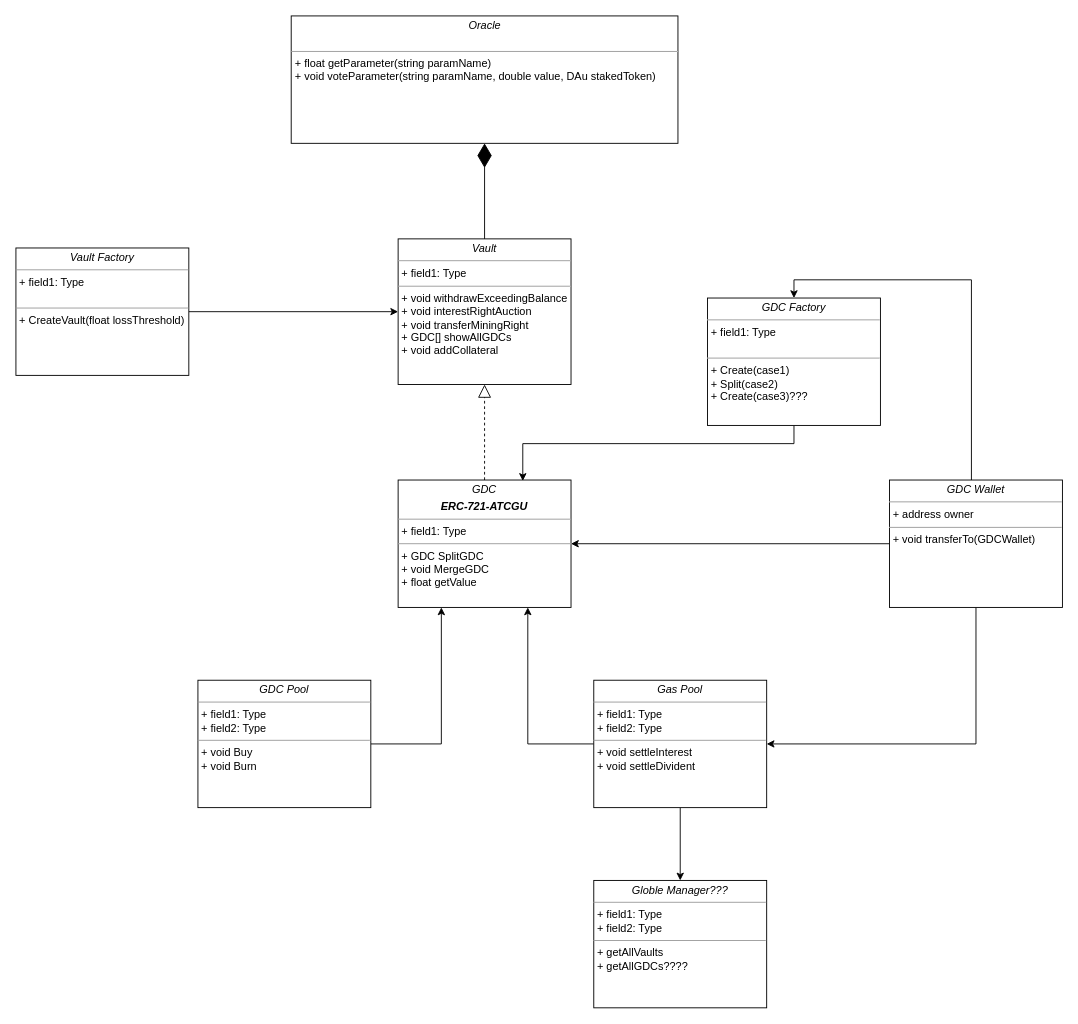
The draw.io diagram GDC.drawio in daugdc/atcgu, before the edit. Source tidied: cells renumbered, new cells numbered last; positions are measured from the earlier drawing's top-left corner, leaving out a move shared by most shapes. Both pictures are drawn from the tidied source at 91%, with x=0, y=0 at pixel (15, 15).
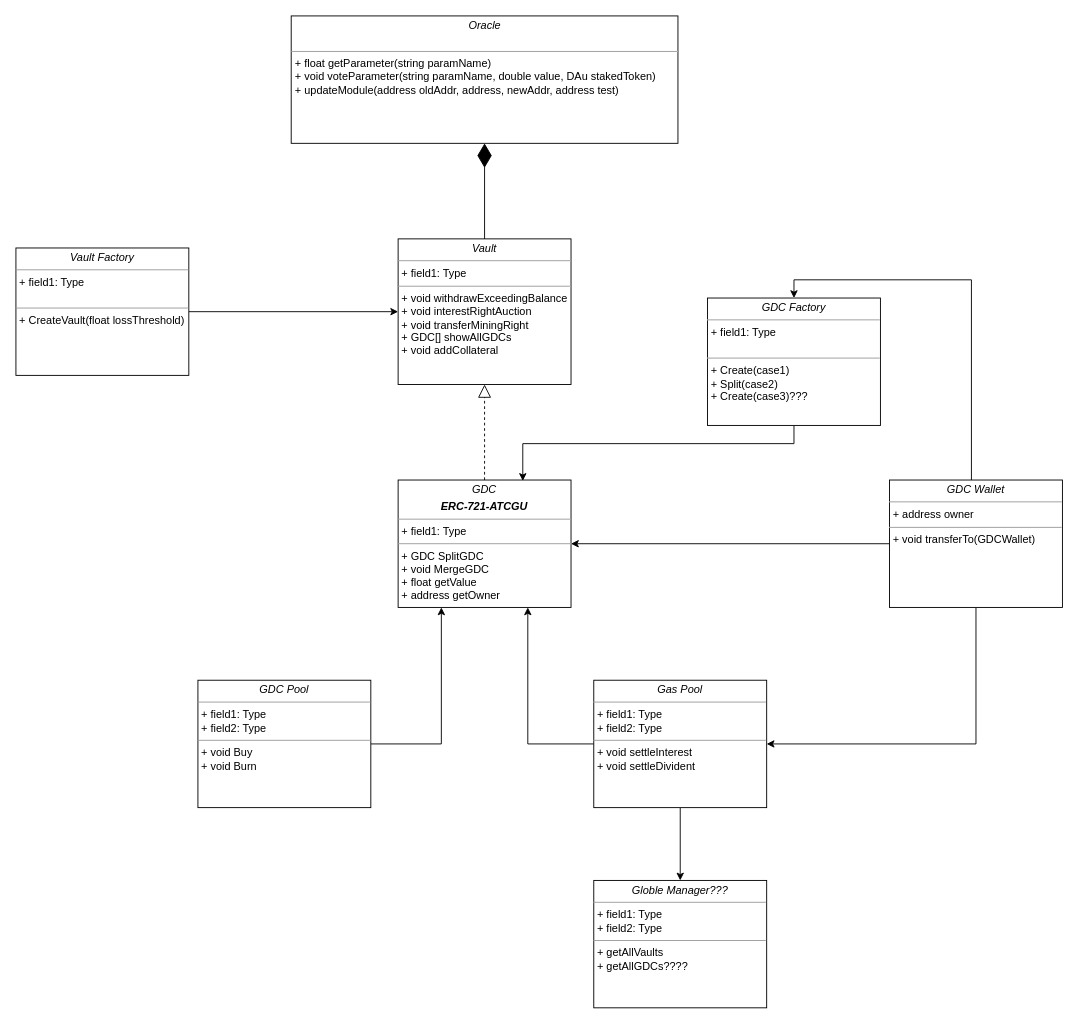
Above is the later version.

Diff of the diagram source:
```diff
@@
-    <mxCell id="3" value="&lt;p style=&quot;margin: 0px ; margin-top: 4px ; text-align: center&quot;&gt;&lt;i&gt;GDC&lt;/i&gt;&lt;/p&gt;&lt;p style=&quot;margin: 0px ; margin-top: 4px ; text-align: center&quot;&gt;&lt;i&gt;&lt;b&gt;ERC-721-ATCGU&lt;/b&gt;&lt;/i&gt;&lt;/p&gt;&lt;hr size=&quot;1&quot;&gt;&lt;p style=&quot;margin: 0px ; margin-left: 4px&quot;&gt;+ field1: Type&lt;br&gt;&lt;/p&gt;&lt;hr size=&quot;1&quot;&gt;&lt;p style=&quot;margin: 0px ; margin-left: 4px&quot;&gt;+ GDC SplitGDC&lt;/p&gt;&lt;p style=&quot;margin: 0px ; margin-left: 4px&quot;&gt;+ void MergeGDC&lt;/p&gt;&lt;p style=&quot;margin: 0px ; margin-left: 4px&quot;&gt;+ float getValue&lt;/p&gt;" style="verticalAlign=top;align=left;overflow=fill;fontSize=12;fontFamily=Helvetica;html=1;" parent="1" vertex="1">
+    <mxCell id="3" value="&lt;p style=&quot;margin: 0px ; margin-top: 4px ; text-align: center&quot;&gt;&lt;i&gt;GDC&lt;/i&gt;&lt;/p&gt;&lt;p style=&quot;margin: 0px ; margin-top: 4px ; text-align: center&quot;&gt;&lt;i&gt;&lt;b&gt;ERC-721-ATCGU&lt;/b&gt;&lt;/i&gt;&lt;/p&gt;&lt;hr size=&quot;1&quot;&gt;&lt;p style=&quot;margin: 0px ; margin-left: 4px&quot;&gt;+ field1: Type&lt;br&gt;&lt;/p&gt;&lt;hr size=&quot;1&quot;&gt;&lt;p style=&quot;margin: 0px ; margin-left: 4px&quot;&gt;+ GDC SplitGDC&lt;/p&gt;&lt;p style=&quot;margin: 0px ; margin-left: 4px&quot;&gt;+ void MergeGDC&lt;/p&gt;&lt;p style=&quot;margin: 0px ; margin-left: 4px&quot;&gt;+ float getValue&lt;/p&gt;&lt;p style=&quot;margin: 0px ; margin-left: 4px&quot;&gt;+ address getOwner&lt;/p&gt;" style="verticalAlign=top;align=left;overflow=fill;fontSize=12;fontFamily=Helvetica;html=1;" parent="1" vertex="1">
       <mxGeometry x="420" y="510" width="190" height="140" as="geometry" />
     </mxCell>
@@
-    <mxCell id="13" value="&lt;p style=&quot;margin: 0px ; margin-top: 4px ; text-align: center&quot;&gt;&lt;i&gt;Oracle&lt;/i&gt;&lt;/p&gt;&lt;p style=&quot;margin: 0px ; margin-left: 4px&quot;&gt;&lt;br&gt;&lt;/p&gt;&lt;hr size=&quot;1&quot;&gt;&lt;p style=&quot;margin: 0px ; margin-left: 4px&quot;&gt;+ float getParameter(string paramName)&lt;/p&gt;&lt;p style=&quot;margin: 0px ; margin-left: 4px&quot;&gt;+ void voteParameter(string paramName, double value, DAu stakedToken)&lt;/p&gt;" style="verticalAlign=top;align=left;overflow=fill;fontSize=12;fontFamily=Helvetica;html=1;" parent="1" vertex="1">
+    <mxCell id="13" value="&lt;p style=&quot;margin: 0px ; margin-top: 4px ; text-align: center&quot;&gt;&lt;i&gt;Oracle&lt;/i&gt;&lt;/p&gt;&lt;p style=&quot;margin: 0px ; margin-left: 4px&quot;&gt;&lt;br&gt;&lt;/p&gt;&lt;hr size=&quot;1&quot;&gt;&lt;p style=&quot;margin: 0px ; margin-left: 4px&quot;&gt;+ float getParameter(string paramName)&lt;/p&gt;&lt;p style=&quot;margin: 0px ; margin-left: 4px&quot;&gt;+ void voteParameter(string paramName, double value, DAu stakedToken)&lt;/p&gt;&lt;p style=&quot;margin: 0px ; margin-left: 4px&quot;&gt;+ updateModule(address oldAddr, address, newAddr, address test)&lt;/p&gt;" style="verticalAlign=top;align=left;overflow=fill;fontSize=12;fontFamily=Helvetica;html=1;" parent="1" vertex="1">
       <mxGeometry x="302.5" width="425" height="140" as="geometry" />
     </mxCell>
```
